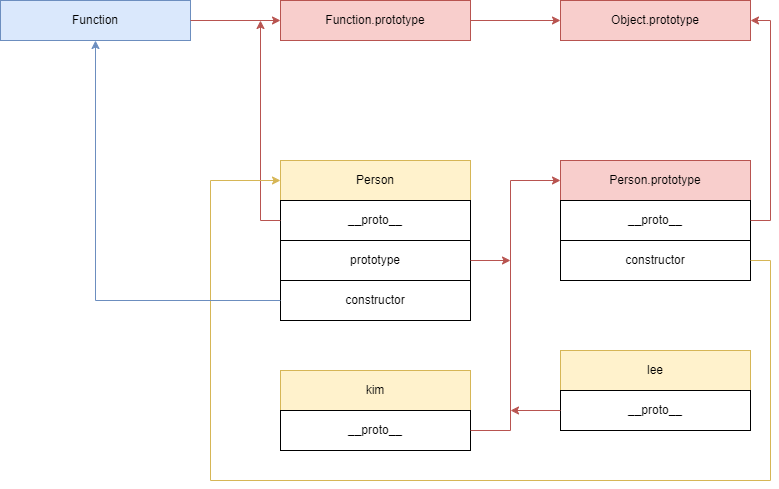
Earlier version of the draw.io export contents/posts/javascript/prototype/prototype.png (bbearcookie/blog). Source tidied: cells renumbered, new cells last; positions are measured from the earlier drawing's top-left corner, leaving out a move shared by most shapes.
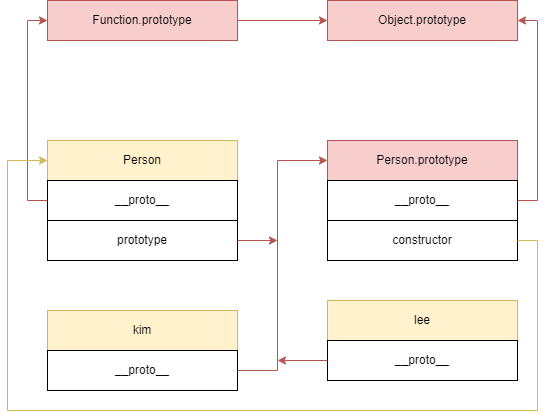
After the commit.

Commit message:
edit: 프로토타입(Prototype)

The edit, as a diff of the source:
```diff
@@ -3,104 +3,87 @@
     <mxCell id="0" />
     <mxCell id="1" parent="0" />
     <mxCell id="2" value="Person" style="rounded=0;whiteSpace=wrap;html=1;fillColor=#fff2cc;strokeColor=#d6b656;" parent="1" vertex="1">
-      <mxGeometry x="280" y="160" width="190" height="40" as="geometry" />
+      <mxGeometry x="280" y="80" width="190" height="40" as="geometry" />
     </mxCell>
     <mxCell id="3" value="__proto__" style="rounded=0;whiteSpace=wrap;html=1;" parent="1" vertex="1">
-      <mxGeometry x="280" y="200" width="190" height="40" as="geometry" />
+      <mxGeometry x="280" y="120" width="190" height="40" as="geometry" />
     </mxCell>
     <mxCell id="4" value="prototype" style="rounded=0;whiteSpace=wrap;html=1;" parent="1" vertex="1">
-      <mxGeometry x="280" y="240" width="190" height="40" as="geometry" />
+      <mxGeometry x="280" y="160" width="190" height="40" as="geometry" />
     </mxCell>
     <mxCell id="5" value="Function.prototype" style="rounded=0;whiteSpace=wrap;html=1;fillColor=#f8cecc;strokeColor=#b85450;" parent="1" vertex="1">
-      <mxGeometry x="280" width="190" height="40" as="geometry" />
+      <mxGeometry x="280" y="-60" width="190" height="40" as="geometry" />
     </mxCell>
     <mxCell id="6" value="Person.prototype" style="rounded=0;whiteSpace=wrap;html=1;fillColor=#f8cecc;strokeColor=#b85450;" parent="1" vertex="1">
-      <mxGeometry x="560" y="160" width="190" height="40" as="geometry" />
+      <mxGeometry x="560" y="80" width="190" height="40" as="geometry" />
     </mxCell>
     <mxCell id="7" value="__proto__" style="rounded=0;whiteSpace=wrap;html=1;" parent="1" vertex="1">
-      <mxGeometry x="560" y="200" width="190" height="40" as="geometry" />
+      <mxGeometry x="560" y="120" width="190" height="40" as="geometry" />
     </mxCell>
     <mxCell id="8" value="constructor" style="rounded=0;whiteSpace=wrap;html=1;" parent="1" vertex="1">
-      <mxGeometry x="560" y="240" width="190" height="40" as="geometry" />
+      <mxGeometry x="560" y="160" width="190" height="40" as="geometry" />
     </mxCell>
     <mxCell id="9" value="Object.prototype" style="rounded=0;whiteSpace=wrap;html=1;fillColor=#f8cecc;strokeColor=#b85450;" parent="1" vertex="1">
-      <mxGeometry x="560" width="190" height="40" as="geometry" />
+      <mxGeometry x="560" y="-60" width="190" height="40" as="geometry" />
     </mxCell>
     <mxCell id="10" style="endArrow=classic;html=1;rounded=0;exitX=1;exitY=0.5;exitDx=0;exitDy=0;fillColor=#f8cecc;strokeColor=#b85450;entryX=0;entryY=0.5;entryDx=0;entryDy=0;" parent="1" edge="1" source="5" target="9">
       <mxGeometry relative="1" as="geometry" />
     </mxCell>
     <mxCell id="11" style="endArrow=classic;html=1;rounded=0;exitX=1;exitY=0.5;exitDx=0;exitDy=0;fillColor=#f8cecc;strokeColor=#b85450;" parent="1" edge="1" source="4">
       <mxGeometry relative="1" as="geometry">
-        <mxPoint x="510" y="260" as="targetPoint" />
+        <mxPoint x="510" y="180" as="targetPoint" />
       </mxGeometry>
     </mxCell>
     <mxCell id="12" value="kim" style="rounded=0;whiteSpace=wrap;html=1;fillColor=#fff2cc;strokeColor=#d6b656;" parent="1" vertex="1">
-      <mxGeometry x="280" y="370" width="190" height="40" as="geometry" />
+      <mxGeometry x="280" y="250" width="190" height="40" as="geometry" />
     </mxCell>
     <mxCell id="13" value="__proto__" style="rounded=0;whiteSpace=wrap;html=1;" parent="1" vertex="1">
-      <mxGeometry x="280" y="410" width="190" height="40" as="geometry" />
+      <mxGeometry x="280" y="290" width="190" height="40" as="geometry" />
     </mxCell>
+    <mxCell id="15" value="lee" style="rounded=0;whiteSpace=wrap;html=1;fillColor=#fff2cc;strokeColor=#d6b656;" parent="1" vertex="1">
+      <mxGeometry x="560" y="240" width="190" height="40" as="geometry" />
+    </mxCell>
-    <mxCell id="14" style="endArrow=classic;html=1;rounded=0;exitX=0;exitY=0.5;exitDx=0;exitDy=0;fillColor=#f8cecc;strokeColor=#b85450;" parent="1" edge="1" source="3">
+    <mxCell id="14" style="endArrow=classic;html=1;rounded=0;exitX=0;exitY=0.5;exitDx=0;exitDy=0;fillColor=#f8cecc;strokeColor=#b85450;entryX=0;entryY=0.5;entryDx=0;entryDy=0;" parent="1" edge="1" source="3" target="5">
       <mxGeometry relative="1" as="geometry">
-        <mxPoint x="260" y="20" as="targetPoint" />
         <Array as="points">
-          <mxPoint x="260" y="220" />
+          <mxPoint x="260" y="140" />
+          <mxPoint x="260" y="-40" />
         </Array>
       </mxGeometry>
     </mxCell>
-    <mxCell id="15" value="lee" style="rounded=0;whiteSpace=wrap;html=1;fillColor=#fff2cc;strokeColor=#d6b656;" parent="1" vertex="1">
-      <mxGeometry x="560" y="350" width="190" height="40" as="geometry" />
-    </mxCell>
     <mxCell id="16" value="__proto__" style="rounded=0;whiteSpace=wrap;html=1;" parent="1" vertex="1">
-      <mxGeometry x="560" y="390" width="190" height="40" as="geometry" />
+      <mxGeometry x="560" y="280" width="190" height="40" as="geometry" />
     </mxCell>
     <mxCell id="17" style="endArrow=classic;html=1;rounded=0;exitX=1;exitY=0.5;exitDx=0;exitDy=0;fillColor=#f8cecc;strokeColor=#b85450;entryX=0;entryY=0.5;entryDx=0;entryDy=0;" parent="1" edge="1" source="13" target="6">
       <mxGeometry relative="1" as="geometry">
         <Array as="points">
-          <mxPoint x="510" y="430" />
-          <mxPoint x="510" y="180" />
+          <mxPoint x="510" y="310" />
+          <mxPoint x="510" y="100" />
         </Array>
       </mxGeometry>
     </mxCell>
     <mxCell id="18" style="endArrow=classic;html=1;rounded=0;exitX=0;exitY=0.5;exitDx=0;exitDy=0;fillColor=#f8cecc;strokeColor=#b85450;" parent="1" edge="1" source="16">
       <mxGeometry relative="1" as="geometry">
-        <mxPoint x="510" y="410" as="targetPoint" />
+        <mxPoint x="510" y="300" as="targetPoint" />
       </mxGeometry>
     </mxCell>
-    <mxCell id="19" style="endArrow=classic;html=1;rounded=0;exitX=1;exitY=0.5;exitDx=0;exitDy=0;fillColor=#f8cecc;strokeColor=#b85450;" parent="1" edge="1" source="7">
+    <mxCell id="19" style="endArrow=classic;html=1;rounded=0;exitX=1;exitY=0.5;exitDx=0;exitDy=0;fillColor=#f8cecc;strokeColor=#b85450;entryX=1;entryY=0.5;entryDx=0;entryDy=0;" parent="1" edge="1" source="7" target="9">
       <mxGeometry relative="1" as="geometry">
-        <mxPoint x="750" y="20" as="targetPoint" />
         <Array as="points">
-          <mxPoint x="770" y="220" />
-          <mxPoint x="770" y="20" />
+          <mxPoint x="770" y="140" />
+          <mxPoint x="770" y="-40" />
         </Array>
       </mxGeometry>
     </mxCell>
-    <mxCell id="20" value="Function" style="rounded=0;whiteSpace=wrap;html=1;fillColor=#dae8fc;strokeColor=#6c8ebf;" parent="1" vertex="1">
-      <mxGeometry width="190" height="40" as="geometry" />
-    </mxCell>
-    <mxCell id="21" style="endArrow=classic;html=1;rounded=0;exitX=1;exitY=0.5;exitDx=0;exitDy=0;entryX=0;entryY=0.5;entryDx=0;entryDy=0;fillColor=#f8cecc;strokeColor=#b85450;" parent="1" edge="1" source="20" target="5">
-      <mxGeometry relative="1" as="geometry" />
-    </mxCell>
-    <mxCell id="22" value="constructor" style="rounded=0;whiteSpace=wrap;html=1;" parent="1" vertex="1">
-      <mxGeometry x="280" y="280" width="190" height="40" as="geometry" />
-    </mxCell>
     <mxCell id="23" style="endArrow=classic;html=1;rounded=0;exitX=1;exitY=0.5;exitDx=0;exitDy=0;fillColor=#fff2cc;strokeColor=#d6b656;entryX=0;entryY=0.5;entryDx=0;entryDy=0;" parent="1" edge="1" source="8" target="2">
       <mxGeometry relative="1" as="geometry">
         <Array as="points">
-          <mxPoint x="770" y="260" />
-          <mxPoint x="770" y="480" />
-          <mxPoint x="210" y="480" />
-          <mxPoint x="210" y="180" />
+          <mxPoint x="770" y="180" />
+          <mxPoint x="770" y="350" />
+          <mxPoint x="240" y="350" />
+          <mxPoint x="240" y="100" />
         </Array>
       </mxGeometry>
     </mxCell>
-    <mxCell id="24" style="endArrow=classic;html=1;rounded=0;exitX=0;exitY=0.5;exitDx=0;exitDy=0;entryX=0.5;entryY=1;entryDx=0;entryDy=0;fillColor=#dae8fc;strokeColor=#6c8ebf;" parent="1" edge="1" source="22" target="20">
-      <mxGeometry relative="1" as="geometry">
-        <Array as="points">
-          <mxPoint x="95" y="300" />
-        </Array>
-      </mxGeometry>
-    </mxCell>
   </root>
 </mxGraphModel>
```
